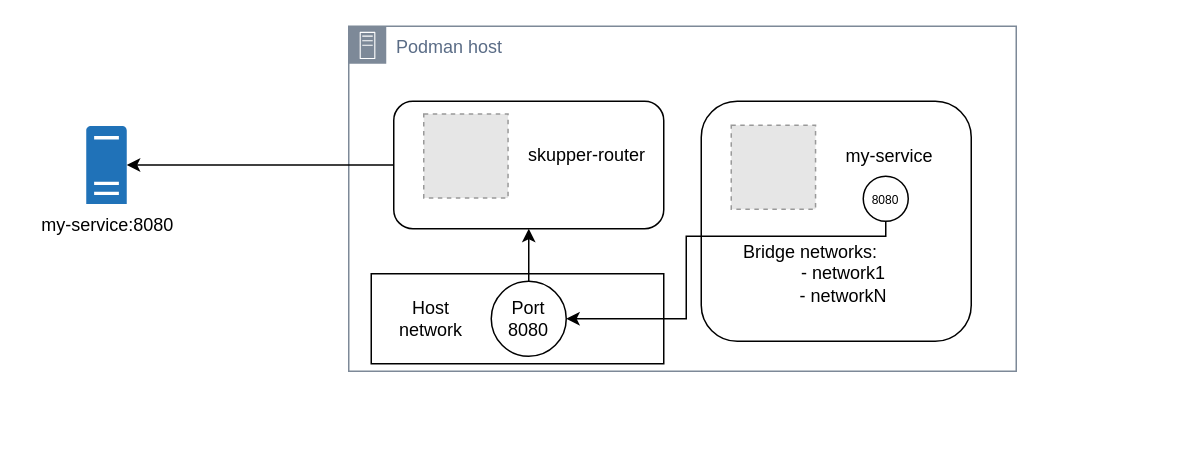
The draw.io diagram posts/20240322-skupper-podman-ingresses/resources/scenario.drawio in fgiorgetti/fgiorgetti.github.io, before the edit. Source tidied: cells renumbered, new cells numbered last; positions are measured from the earlier drawing's top-left corner, leaving out a move shared by most shapes. Both pictures are drawn from the tidied source at 150%, with x=0, y=0 at pixel (86, 26). Pictures stored in the file or linked from it are replaced by grey dashed boxes.
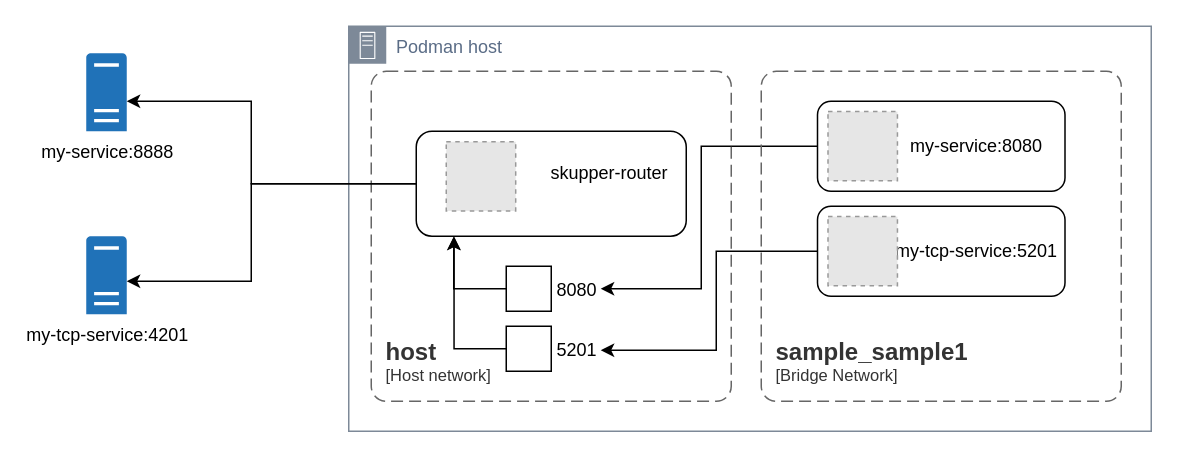
After the change.

Diff of the diagram source:
```diff
@@
-    <mxCell id="2" value="my-service:8080" style="sketch=0;shadow=0;dashed=0;html=1;strokeColor=none;labelPosition=center;verticalLabelPosition=bottom;verticalAlign=top;outlineConnect=0;align=center;shape=mxgraph.office.servers.physical_host;fillColor=#2072B8;" parent="1" vertex="1">
-      <mxGeometry y="66.5" width="27" height="52" as="geometry" />
+    <mxCell id="2" value="my-service:8888" style="sketch=0;shadow=0;dashed=0;html=1;strokeColor=none;labelPosition=center;verticalLabelPosition=bottom;verticalAlign=top;outlineConnect=0;align=center;shape=mxgraph.office.servers.physical_host;fillColor=#2072B8;" parent="1" vertex="1">
+      <mxGeometry y="18" width="27" height="52" as="geometry" />
     </mxCell>
     <mxCell id="3" value="Podman host" style="gradientColor=none;html=1;whiteSpace=wrap;fontSize=12;fontStyle=0;shape=mxgraph.aws4.group;grIcon=mxgraph.aws4.group_on_premise;strokeColor=#7D8998;fillColor=none;verticalAlign=top;align=left;spacingLeft=30;fontColor=#5A6C86;dashed=0;" parent="1" vertex="1">
-      <mxGeometry x="175" width="445" height="230" as="geometry" />
+      <mxGeometry x="175" width="535" height="270" as="geometry" />
     </mxCell>
-    <mxCell id="4" style="rounded=0;whiteSpace=wrap;html=1;" parent="3" vertex="1">
-      <mxGeometry x="15" y="165" width="195" height="60" as="geometry" />
-    </mxCell>
-    <mxCell id="5" value="Port 8080" style="ellipse;whiteSpace=wrap;html=1;" parent="3" vertex="1">
-      <mxGeometry x="95" y="170" width="50" height="50" as="geometry" />
-    </mxCell>
-    <mxCell id="6" style="group;" parent="3" vertex="1">
-      <mxGeometry x="235" y="50" width="180" height="160" as="geometry" />
-    </mxCell>
-    <mxCell id="7" value="&lt;blockquote style=&quot;margin: 0 0 0 40px; border: none; padding: 0px;&quot;&gt;my-service&amp;nbsp; &amp;nbsp; &amp;nbsp; &amp;nbsp;&lt;br&gt;&lt;br&gt;&lt;br&gt;&lt;br&gt;&lt;br&gt;&amp;nbsp;&lt;br&gt;&lt;br&gt;&lt;/blockquote&gt;" style="rounded=1;whiteSpace=wrap;html=1;align=right;" parent="6" vertex="1">
-      <mxGeometry width="180" height="160" as="geometry" />
-    </mxCell>
-    <mxCell id="8" style="fillColor=#E6E6E6;strokeColor=#999999;dashed=1;verticalLabelPosition=bottom;labelBackgroundColor=default;verticalAlign=top;" parent="6" vertex="1">
-      <mxGeometry x="20" y="16" width="56.2" height="56" as="geometry" />
-    </mxCell>
-    <mxCell id="9" value="&lt;font style=&quot;font-size: 8px;&quot;&gt;8080&lt;/font&gt;" style="ellipse;whiteSpace=wrap;html=1;" parent="6" vertex="1">
-      <mxGeometry x="108" y="50" width="30" height="30" as="geometry" />
-    </mxCell>
-    <mxCell id="10" value="Bridge networks:&lt;span style=&quot;background-color: initial; white-space: pre;&quot;&gt;&#9;&lt;/span&gt;&lt;span style=&quot;background-color: initial; white-space: pre;&quot;&gt;&#9;&lt;/span&gt;&lt;br&gt;- network1&lt;br&gt;- networkN" style="text;html=1;align=center;verticalAlign=middle;whiteSpace=wrap;rounded=0;" parent="6" vertex="1">
-      <mxGeometry x="20" y="90" width="150" height="50" as="geometry" />
-    </mxCell>
-    <mxCell id="11" style="edgeStyle=orthogonalEdgeStyle;rounded=0;jettySize=auto;html=1;entryX=1;entryY=0.5;entryDx=0;entryDy=0;" parent="3" edge="1" source="9" target="5">
-      <mxGeometry relative="1" as="geometry">
-        <Array as="points">
-          <mxPoint x="358" y="140" />
-          <mxPoint x="225" y="140" />
-          <mxPoint x="225" y="195" />
-        </Array>
-      </mxGeometry>
-    </mxCell>
-    <mxCell id="12" value="Host network" style="text;html=1;align=center;verticalAlign=middle;whiteSpace=wrap;rounded=0;" parent="3" vertex="1">
-      <mxGeometry x="25" y="180" width="60" height="30" as="geometry" />
-    </mxCell>
+    <mxCell id="18" style="edgeStyle=orthogonalEdgeStyle;rounded=0;jettySize=auto;html=1;" parent="3" edge="1" source="19">
+      <mxGeometry relative="1" as="geometry">
+        <mxPoint x="168" y="175" as="targetPoint" />
+        <Array as="points">
+          <mxPoint x="235" y="80" />
+          <mxPoint x="235" y="175" />
+        </Array>
+      </mxGeometry>
+    </mxCell>
+    <mxCell id="19" value="my-service:8080&amp;nbsp; &amp;nbsp;&amp;nbsp;" style="rounded=1;whiteSpace=wrap;html=1;align=right;" parent="3" vertex="1">
+      <mxGeometry x="312.5" y="50" width="165" height="60" as="geometry" />
+    </mxCell>
+    <mxCell id="20" style="fillColor=#E6E6E6;strokeColor=#999999;dashed=1;verticalLabelPosition=bottom;labelBackgroundColor=default;verticalAlign=top;" parent="3" vertex="1">
+      <mxGeometry x="319.5" y="56.9" width="46.3" height="46.1" as="geometry" />
+    </mxCell>
+    <object id="21" label="&lt;font style=&quot;font-size: 16px&quot;&gt;&lt;b&gt;&lt;div style=&quot;text-align: left&quot;&gt;%c4Name%&lt;/div&gt;&lt;/b&gt;&lt;/font&gt;&lt;div style=&quot;text-align: left&quot;&gt;[%c4Application%]&lt;/div&gt;" c4Application="Bridge Network" c4Name="sample_sample1" placeholders="1">
+      <mxCell style="rounded=1;fontSize=11;whiteSpace=wrap;html=1;dashed=1;arcSize=20;fillColor=none;strokeColor=#666666;fontColor=#333333;labelBackgroundColor=none;align=left;verticalAlign=bottom;labelBorderColor=none;spacingTop=0;spacing=10;dashPattern=8 4;perimeter=rectanglePerimeter;noLabel=0;labelPadding=0;absoluteArcSize=1;" parent="3" vertex="1">
+        <mxGeometry x="275" y="30" width="240" height="220" as="geometry" />
+      </mxCell>
+    </object>
+    <mxCell id="22" style="edgeStyle=orthogonalEdgeStyle;rounded=0;jettySize=auto;html=1;" parent="3" edge="1" source="23">
+      <mxGeometry relative="1" as="geometry">
+        <mxPoint x="168" y="216" as="targetPoint" />
+        <Array as="points">
+          <mxPoint x="245" y="150" />
+          <mxPoint x="245" y="216" />
+        </Array>
+      </mxGeometry>
+    </mxCell>
+    <mxCell id="23" value="my-tcp-service:5201&amp;nbsp;" style="rounded=1;whiteSpace=wrap;html=1;align=right;" parent="3" vertex="1">
+      <mxGeometry x="312.5" y="120" width="165" height="60" as="geometry" />
+    </mxCell>
+    <mxCell id="24" style="fillColor=#E6E6E6;strokeColor=#999999;dashed=1;verticalLabelPosition=bottom;labelBackgroundColor=default;verticalAlign=top;" parent="3" vertex="1">
+      <mxGeometry x="319.5" y="126.9" width="46.3" height="46.1" as="geometry" />
+    </mxCell>
+    <object id="25" label="&lt;font style=&quot;font-size: 16px&quot;&gt;&lt;b&gt;&lt;div style=&quot;text-align: left&quot;&gt;%c4Name%&lt;/div&gt;&lt;/b&gt;&lt;/font&gt;&lt;div style=&quot;text-align: left&quot;&gt;[%c4Application%]&lt;/div&gt;" c4Application="Host network" c4Name="host" placeholders="1">
+      <mxCell style="rounded=1;fontSize=11;whiteSpace=wrap;html=1;dashed=1;arcSize=20;fillColor=none;strokeColor=#666666;fontColor=#333333;labelBackgroundColor=none;align=left;verticalAlign=bottom;labelBorderColor=none;spacingTop=0;spacing=10;dashPattern=8 4;perimeter=rectanglePerimeter;noLabel=0;labelPadding=0;absoluteArcSize=1;" parent="3" vertex="1">
+        <mxGeometry x="15" y="30" width="240" height="220" as="geometry" />
+      </mxCell>
+    </object>
-    <mxCell id="13" style="group;" parent="1" vertex="1">
-      <mxGeometry x="205" y="50" width="180" height="85" as="geometry" />
+    <mxCell id="13" style="group;" parent="3" vertex="1">
+      <mxGeometry x="45" y="70" width="180" height="70" as="geometry" />
     </mxCell>
     <mxCell id="14" value="&lt;blockquote style=&quot;margin: 0 0 0 40px; border: none; padding: 0px;&quot;&gt;skupper-router&amp;nbsp; &amp;nbsp;&lt;br&gt;&lt;br&gt;&lt;/blockquote&gt;" style="rounded=1;whiteSpace=wrap;html=1;align=right;" parent="13" vertex="1">
-      <mxGeometry width="180" height="85" as="geometry" />
+      <mxGeometry width="180" height="70" as="geometry" />
     </mxCell>
     <mxCell id="15" style="fillColor=#E6E6E6;strokeColor=#999999;dashed=1;verticalLabelPosition=bottom;labelBackgroundColor=default;verticalAlign=top;" parent="13" vertex="1">
-      <mxGeometry x="20" y="8.5" width="56.2" height="56" as="geometry" />
+      <mxGeometry x="20" y="7" width="46.3" height="46.1" as="geometry" />
     </mxCell>
+    <mxCell id="9" value="8080" style="fontStyle=0;labelPosition=right;verticalLabelPosition=middle;align=left;verticalAlign=middle;spacingLeft=2;" parent="3" vertex="1">
+      <mxGeometry x="105" y="160" width="30" height="30" as="geometry" />
+    </mxCell>
+    <mxCell id="26" value="5201" style="fontStyle=0;labelPosition=right;verticalLabelPosition=middle;align=left;verticalAlign=middle;spacingLeft=2;" parent="3" vertex="1">
+      <mxGeometry x="105" y="200" width="30" height="30" as="geometry" />
+    </mxCell>
+    <mxCell id="27" style="edgeStyle=orthogonalEdgeStyle;rounded=0;jettySize=auto;html=1;entryX=0.14;entryY=1.001;entryDx=0;entryDy=0;entryPerimeter=0;" parent="3" edge="1" source="26" target="14">
+      <mxGeometry relative="1" as="geometry">
+        <Array as="points">
+          <mxPoint x="70" y="215" />
+          <mxPoint x="70" y="140" />
+        </Array>
+      </mxGeometry>
+    </mxCell>
+    <mxCell id="28" style="edgeStyle=orthogonalEdgeStyle;rounded=0;jettySize=auto;html=1;entryX=0.139;entryY=1.004;entryDx=0;entryDy=0;entryPerimeter=0;" parent="3" edge="1" source="9" target="14">
+      <mxGeometry relative="1" as="geometry">
+        <Array as="points">
+          <mxPoint x="70" y="175" />
+        </Array>
+      </mxGeometry>
+    </mxCell>
+    <mxCell id="29" value="my-tcp-service:4201" style="sketch=0;shadow=0;dashed=0;html=1;strokeColor=none;labelPosition=center;verticalLabelPosition=bottom;verticalAlign=top;outlineConnect=0;align=center;shape=mxgraph.office.servers.physical_host;fillColor=#2072B8;" parent="1" vertex="1">
+      <mxGeometry y="140" width="27" height="52" as="geometry" />
+    </mxCell>
     <mxCell id="16" style="edgeStyle=orthogonalEdgeStyle;rounded=0;jettySize=auto;html=1;" parent="1" edge="1" source="14" target="2">
-      <mxGeometry relative="1" as="geometry" />
+      <mxGeometry relative="1" as="geometry">
+        <Array as="points">
+          <mxPoint x="110" y="105" />
+          <mxPoint x="110" y="50" />
+        </Array>
+      </mxGeometry>
     </mxCell>
-    <mxCell id="17" style="edgeStyle=orthogonalEdgeStyle;rounded=0;jettySize=auto;html=1;entryX=0.5;entryY=1;entryDx=0;entryDy=0;" parent="1" edge="1" source="5" target="14">
-      <mxGeometry relative="1" as="geometry" />
-    </mxCell>
+    <mxCell id="30" style="edgeStyle=orthogonalEdgeStyle;rounded=0;jettySize=auto;html=1;" parent="1" edge="1" source="14" target="29">
+      <mxGeometry relative="1" as="geometry">
+        <Array as="points">
+          <mxPoint x="110" y="105" />
+          <mxPoint x="110" y="170" />
+        </Array>
+      </mxGeometry>
+    </mxCell>
```
